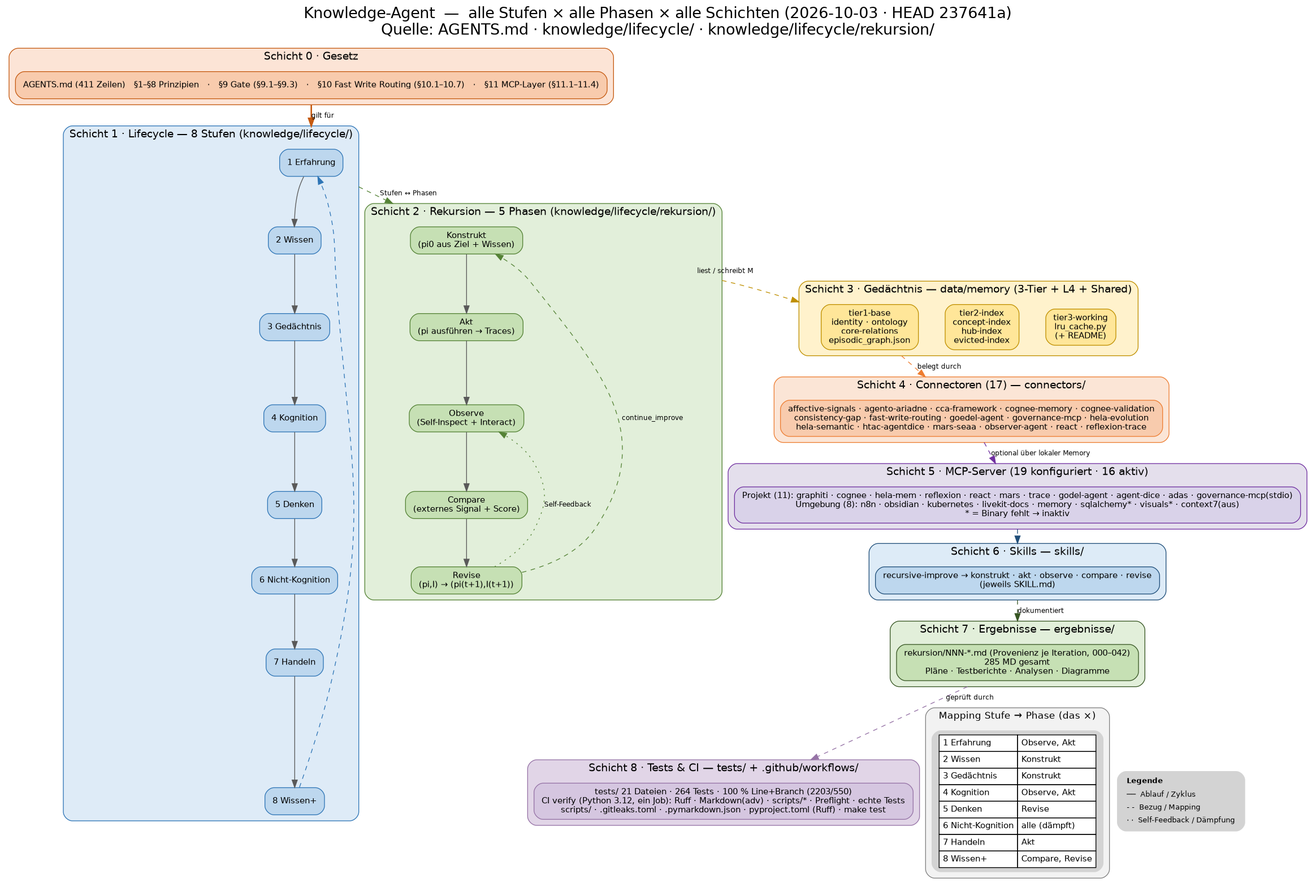
Above: ergebnisse/knowledge-agent-diagramm.png in abatn/Ata3lm (Graphviz), before the change. Its source is kept beside it as ergebnisse/knowledge-agent-diagramm.dot.
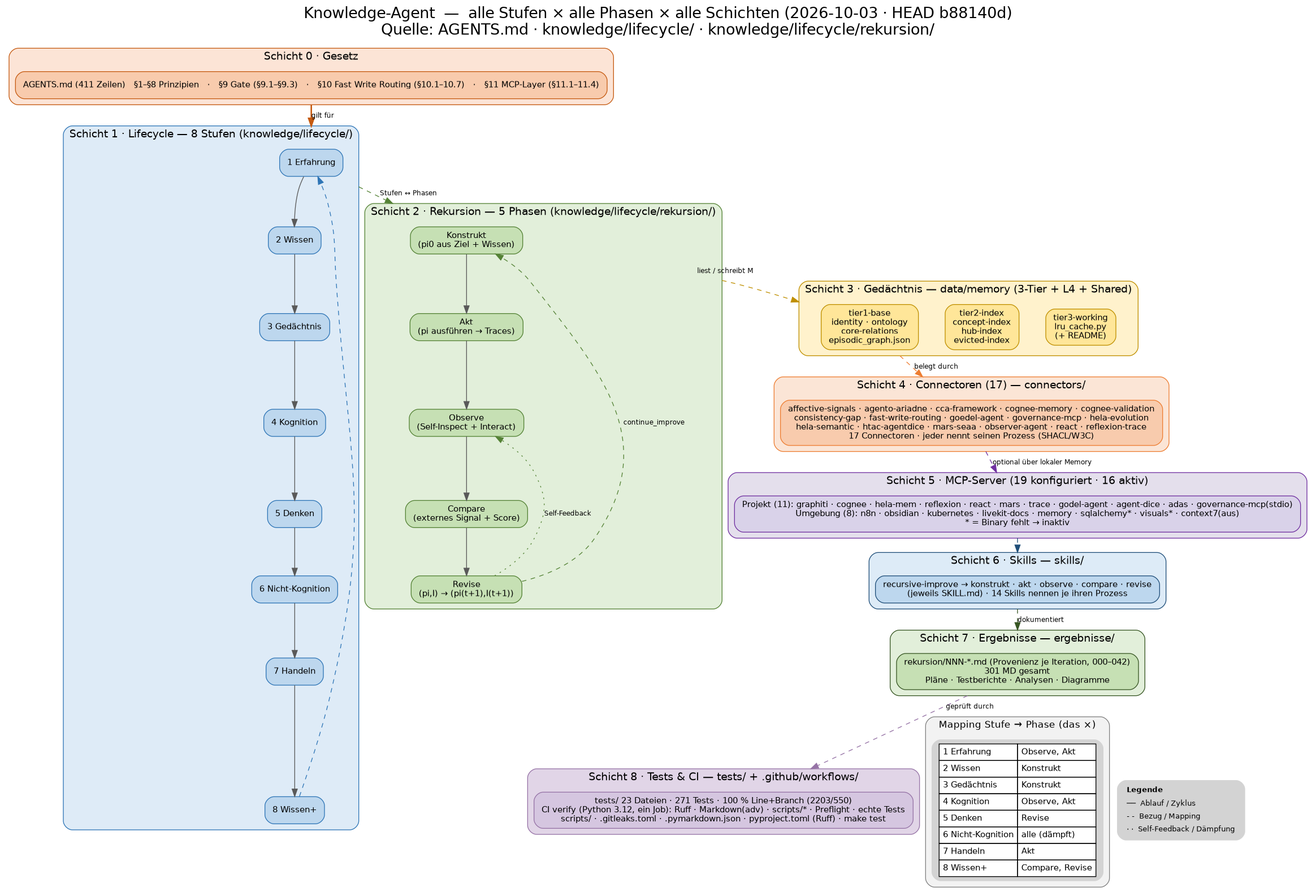
After the change.

The edit, as a diff of the source:
```diff
@@ -5,7 +5,7 @@
   fontname="DejaVu Sans";
   labelloc="t";
   fontsize=20;
-  label="Knowledge-Agent  —  alle Stufen × alle Phasen × alle Schichten (2026-10-03 · HEAD 237641a)\nQuelle: AGENTS.md · knowledge/lifecycle/ · knowledge/lifecycle/rekursion/";
+  label="Knowledge-Agent  —  alle Stufen × alle Phasen × alle Schichten (2026-10-03 · HEAD b88140d)\nQuelle: AGENTS.md · knowledge/lifecycle/ · knowledge/lifecycle/rekursion/";
   node [shape=box, style="rounded,filled", fontname="DejaVu Sans", fontsize=11, margin="0.14,0.09"];
   edge [fontname="DejaVu Sans", fontsize=9, color="#595959"];
 
@@ -56,7 +56,7 @@
   subgraph cluster_conn {
     label="Schicht 4 · Connectoren (17) — connectors/";
     style="filled,rounded"; fillcolor="#FBE5D6"; color="#ED7D31"; fontsize=14;
-    conn [label="affective-signals · agento-ariadne · cca-framework · cognee-memory · cognee-validation\nconsistency-gap · fast-write-routing · goedel-agent · governance-mcp · hela-evolution\nhela-semantic · htac-agentdice · mars-seaa · observer-agent · react · reflexion-trace", fillcolor="#F8CBAD", color="#ED7D31"];
+    conn [label="affective-signals · agento-ariadne · cca-framework · cognee-memory · cognee-validation\nconsistency-gap · fast-write-routing · goedel-agent · governance-mcp · hela-evolution\nhela-semantic · htac-agentdice · mars-seaa · observer-agent · react · reflexion-trace\n17 Connectoren · jeder nennt seinen Prozess (SHACL/W3C)", fillcolor="#F8CBAD", color="#ED7D31"];
   }
 
   subgraph cluster_mcp {
@@ -68,19 +68,19 @@
   subgraph cluster_skills {
     label="Schicht 6 · Skills — skills/";
     style="filled,rounded"; fillcolor="#DDEBF7"; color="#1F4E79"; fontsize=14;
-    sk [label="recursive-improve → konstrukt · akt · observe · compare · revise\n(jeweils SKILL.md)", fillcolor="#BDD7EE", color="#1F4E79"];
+    sk [label="recursive-improve → konstrukt · akt · observe · compare · revise\n(jeweils SKILL.md) · 14 Skills nennen je ihren Prozess", fillcolor="#BDD7EE", color="#1F4E79"];
   }
 
   subgraph cluster_res {
     label="Schicht 7 · Ergebnisse — ergebnisse/";
     style="filled,rounded"; fillcolor="#E2EFDA"; color="#375623"; fontsize=14;
-    res [label="rekursion/NNN-*.md (Provenienz je Iteration, 000–042)\n285 MD gesamt\nPläne · Testberichte · Analysen · Diagramme", fillcolor="#C6E0B4", color="#375623"];
+    res [label="rekursion/NNN-*.md (Provenienz je Iteration, 000–042)\n301 MD gesamt\nPläne · Testberichte · Analysen · Diagramme", fillcolor="#C6E0B4", color="#375623"];
   }
 
   subgraph cluster_tests {
     label="Schicht 8 · Tests & CI — tests/ + .github/workflows/";
     style="filled,rounded"; fillcolor="#E1D5E7"; color="#9673A6"; fontsize=14;
-    tst [label="tests/ 21 Dateien · 264 Tests · 100 % Line+Branch (2203/550)\nCI verify (Python 3.12, ein Job): Ruff · Markdown(adv) · scripts/* · Preflight · echte Tests\nscripts/ · .gitleaks.toml · .pymarkdown.json · pyproject.toml (Ruff) · make test", fillcolor="#D5C6E0", color="#9673A6"];
+    tst [label="tests/ 23 Dateien · 271 Tests · 100 % Line+Branch (2203/550)\nCI verify (Python 3.12, ein Job): Ruff · Markdown(adv) · scripts/* · Preflight · echte Tests\nscripts/ · .gitleaks.toml · .pymarkdown.json · pyproject.toml (Ruff) · make test", fillcolor="#D5C6E0", color="#9673A6"];
   }
 
   law -> s1 [ltail=cluster_law, lhead=cluster_stufen, style=bold, color="#C55A11", label="gilt für"];
```
